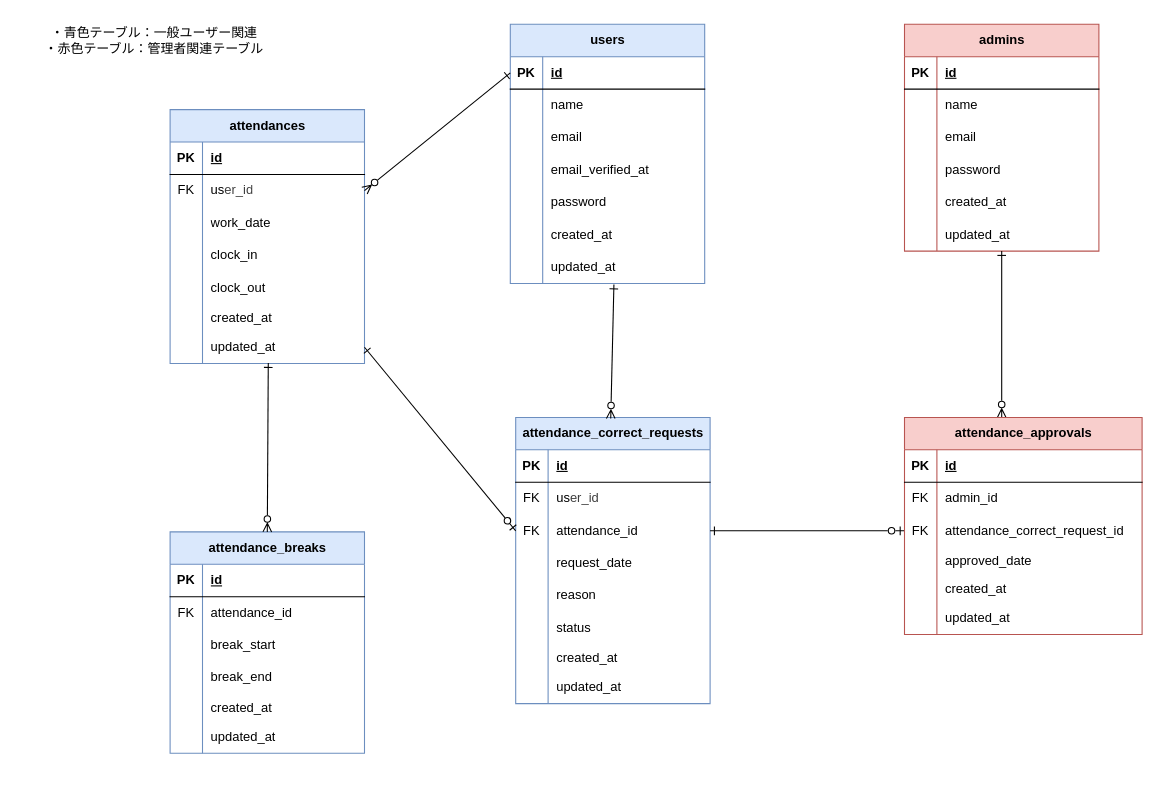
ai2525desu/attendance-management-app keeps this draw.io diagram as attendance-management-app.dio. Above is the earlier version. Source tidied: cells renumbered, new cells numbered last; positions are measured from the earlier drawing's top-left corner, leaving out a move shared by most shapes. Both pictures are drawn from the tidied source at 108%, with x=0, y=0 at pixel (29, 18).
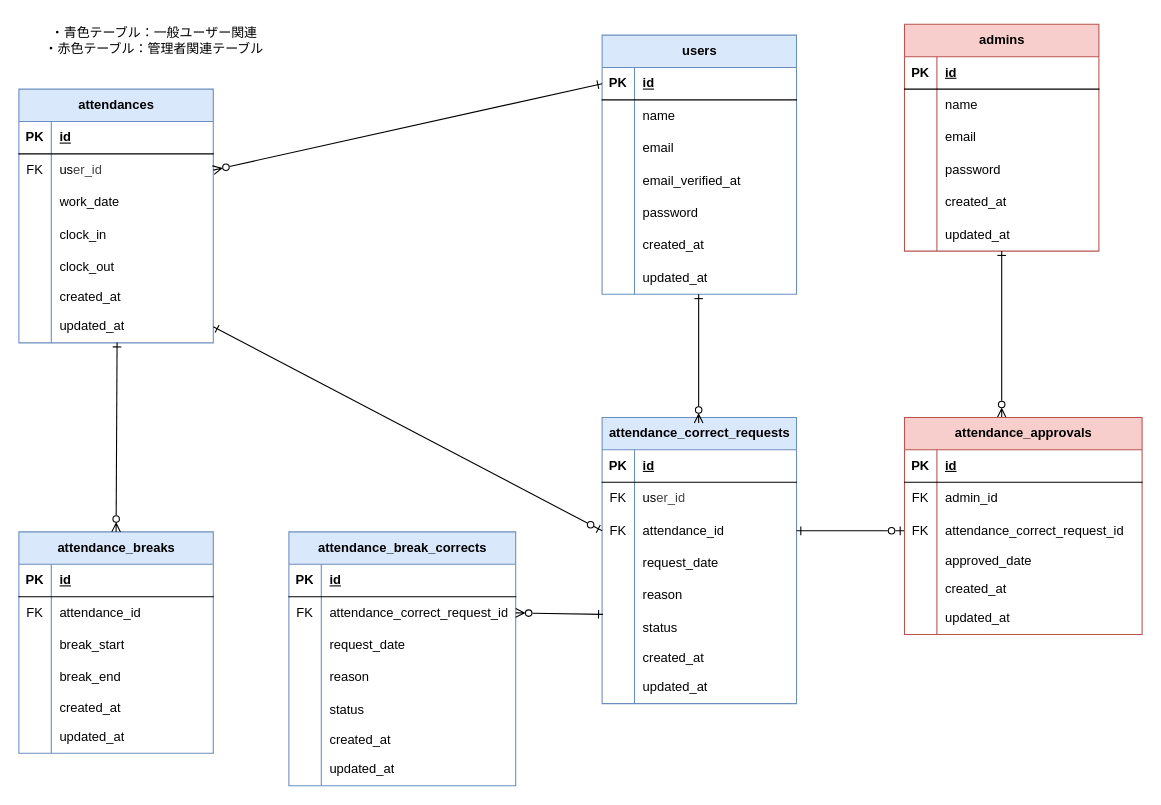
The same diagram, later.

Unchanged cells that the change refers to:
```xml
<mxCell id="40" style="shape=tableRow;horizontal=0;startSize=0;swimlaneHead=0;swimlaneBody=0;fillColor=none;points=[[0,0.5],[1,0.5]];portConstraint=eastwest;top=0;left=0;right=0;bottom=0;" parent="21" vertex="1">
  <mxGeometry y="210" width="180" height="30" as="geometry" />
</mxCell>
<mxCell id="97" style="shape=tableRow;horizontal=0;startSize=0;swimlaneHead=0;swimlaneBody=0;fillColor=none;points=[[0,0.5],[1,0.5]];portConstraint=eastwest;top=0;left=0;right=0;bottom=0;" parent="84" vertex="1">
  <mxGeometry y="150" width="180" height="30" as="geometry" />
</mxCell>
```

Change to the diagram source:
```diff
@@
     <mxCell id="21" value="users" style="shape=table;startSize=30;childLayout=tableLayout;rowLines=0;fontStyle=1;align=center;html=1;fillColor=#dae8fc;strokeColor=#6c8ebf;" parent="1" vertex="1">
-      <mxGeometry x="445" y="5" width="180" height="240" as="geometry" />
+      <mxGeometry x="530" y="15" width="180" height="240" as="geometry" />
     </mxCell>
@@
     <mxCell id="43" value="attendances" style="shape=table;startSize=30;childLayout=tableLayout;rowLines=0;fontStyle=1;align=center;html=1;fillColor=#dae8fc;strokeColor=#6c8ebf;" parent="1" vertex="1">
-      <mxGeometry x="130" y="84" width="180" height="235" as="geometry" />
+      <mxGeometry x="-10" y="65" width="180" height="235" as="geometry" />
     </mxCell>
@@
     <mxCell id="65" value="attendance_breaks" style="shape=table;startSize=30;childLayout=tableLayout;rowLines=0;fontStyle=1;align=center;html=1;fillColor=#dae8fc;strokeColor=#6c8ebf;" parent="1" vertex="1">
-      <mxGeometry x="130" y="475" width="180" height="205" as="geometry" />
+      <mxGeometry x="-10" y="475" width="180" height="205" as="geometry" />
     </mxCell>
@@
     <mxCell id="84" value="attendance_correct_requests" style="shape=table;startSize=30;childLayout=tableLayout;rowLines=0;fontStyle=1;align=center;html=1;fillColor=#dae8fc;strokeColor=#6c8ebf;" parent="1" vertex="1">
-      <mxGeometry x="450" y="369" width="180" height="265" as="geometry" />
+      <mxGeometry x="530" y="369" width="180" height="265" as="geometry" />
     </mxCell>
@@
-    <mxCell id="111" style="edgeStyle=none;html=1;exitX=0.5;exitY=0;exitDx=0;exitDy=0;endArrow=ERone;endFill=0;startArrow=ERzeroToMany;startFill=0;entryX=0.533;entryY=1.034;entryDx=0;entryDy=0;entryPerimeter=0;" parent="1" edge="1" target="40">
+    <mxCell id="111" style="edgeStyle=none;html=1;exitX=0.578;exitY=0.023;exitDx=0;exitDy=0;endArrow=ERone;endFill=0;startArrow=ERzeroToMany;startFill=0;exitPerimeter=0;" parent="1" edge="1">
       <mxGeometry relative="1" as="geometry">
-        <mxPoint x="538" y="370" as="sourcePoint" />
+        <mxPoint x="619.4" y="374.1" as="sourcePoint" />
+        <mxPoint x="619.4" y="255" as="targetPoint" />
       </mxGeometry>
     </mxCell>
@@
+    <mxCell id="135" value="attendance_break_corrects" style="shape=table;startSize=30;childLayout=tableLayout;rowLines=0;fontStyle=1;align=center;html=1;fillColor=#dae8fc;strokeColor=#6c8ebf;" parent="1" vertex="1">
+      <mxGeometry x="240" y="475" width="210" height="235" as="geometry" />
+    </mxCell>
+    <mxCell id="136" style="shape=tableRow;horizontal=0;startSize=0;swimlaneHead=0;swimlaneBody=0;fillColor=none;top=0;left=0;right=0;bottom=1;" parent="135" vertex="1">
+      <mxGeometry y="30" width="210" height="30" as="geometry" />
+    </mxCell>
+    <mxCell id="137" value="PK" style="shape=partialRectangle;fillColor=none;top=0;left=0;bottom=0;right=0;fontStyle=1;overflow=hidden;whiteSpace=wrap;html=1;" parent="136" vertex="1">
+      <mxGeometry width="30" height="30" as="geometry" />
+    </mxCell>
+    <mxCell id="138" value="id" style="shape=partialRectangle;fillColor=none;top=0;left=0;bottom=0;right=0;align=left;spacingLeft=6;fontStyle=5;overflow=hidden;whiteSpace=wrap;html=1;" parent="136" vertex="1">
+      <mxGeometry x="30" width="180" height="30" as="geometry" />
+    </mxCell>
+    <mxCell id="139" style="shape=tableRow;horizontal=0;startSize=0;swimlaneHead=0;swimlaneBody=0;fillColor=none;points=[[0,0.5],[1,0.5]];portConstraint=eastwest;top=0;left=0;right=0;bottom=0;" parent="135" vertex="1">
+      <mxGeometry y="60" width="210" height="30" as="geometry" />
+    </mxCell>
+    <mxCell id="140" value="FK" style="shape=partialRectangle;fillColor=none;top=0;left=0;bottom=0;right=0;overflow=hidden;whiteSpace=wrap;html=1;" parent="139" vertex="1">
+      <mxGeometry width="30" height="30" as="geometry" />
+    </mxCell>
+    <mxCell id="141" value="&lt;span style=&quot;scrollbar-color: rgb(226, 226, 226) rgb(251, 251, 251); text-wrap-mode: nowrap; text-align: center; color: rgb(0, 0, 0);&quot;&gt;attendance_correct_request&lt;/span&gt;&lt;span style=&quot;color: rgb(0, 0, 0);&quot;&gt;_id&lt;/span&gt;" style="shape=partialRectangle;fillColor=none;top=0;left=0;bottom=0;right=0;align=left;spacingLeft=6;overflow=hidden;whiteSpace=wrap;html=1;" parent="139" vertex="1">
+      <mxGeometry x="30" width="180" height="30" as="geometry" />
+    </mxCell>
+    <mxCell id="142" style="shape=tableRow;horizontal=0;startSize=0;swimlaneHead=0;swimlaneBody=0;fillColor=none;top=0;left=0;right=0;bottom=0;" parent="135" vertex="1">
+      <mxGeometry y="90" width="210" height="30" as="geometry" />
+    </mxCell>
+    <mxCell id="143" style="shape=partialRectangle;fillColor=none;top=0;left=0;bottom=0;right=0;overflow=hidden;whiteSpace=wrap;html=1;" parent="142" vertex="1">
+      <mxGeometry width="30" height="30" as="geometry" />
+    </mxCell>
+    <mxCell id="144" value="request_date" style="shape=partialRectangle;fillColor=none;top=0;left=0;bottom=0;right=0;align=left;spacingLeft=6;overflow=hidden;whiteSpace=wrap;html=1;" parent="142" vertex="1">
+      <mxGeometry x="30" width="180" height="30" as="geometry" />
+    </mxCell>
+    <mxCell id="145" style="shape=tableRow;horizontal=0;startSize=0;swimlaneHead=0;swimlaneBody=0;fillColor=none;top=0;left=0;right=0;bottom=0;" parent="135" vertex="1">
+      <mxGeometry y="120" width="210" height="30" as="geometry" />
+    </mxCell>
+    <mxCell id="146" style="shape=partialRectangle;fillColor=none;top=0;left=0;bottom=0;right=0;overflow=hidden;whiteSpace=wrap;html=1;" parent="145" vertex="1">
+      <mxGeometry width="30" height="30" as="geometry" />
+    </mxCell>
+    <mxCell id="147" value="reason" style="shape=partialRectangle;fillColor=none;top=0;left=0;bottom=0;right=0;align=left;spacingLeft=6;overflow=hidden;whiteSpace=wrap;html=1;" parent="145" vertex="1">
+      <mxGeometry x="30" width="180" height="30" as="geometry" />
+    </mxCell>
+    <mxCell id="148" style="shape=tableRow;horizontal=0;startSize=0;swimlaneHead=0;swimlaneBody=0;fillColor=none;top=0;left=0;right=0;bottom=0;" parent="135" vertex="1">
+      <mxGeometry y="150" width="210" height="30" as="geometry" />
+    </mxCell>
+    <mxCell id="149" style="shape=partialRectangle;fillColor=none;top=0;left=0;bottom=0;right=0;overflow=hidden;whiteSpace=wrap;html=1;" parent="148" vertex="1">
+      <mxGeometry width="30" height="30" as="geometry" />
+    </mxCell>
+    <mxCell id="150" value="status" style="shape=partialRectangle;fillColor=none;top=0;left=0;bottom=0;right=0;align=left;spacingLeft=6;overflow=hidden;whiteSpace=wrap;html=1;" parent="148" vertex="1">
+      <mxGeometry x="30" width="180" height="30" as="geometry" />
+    </mxCell>
+    <mxCell id="151" style="shape=tableRow;horizontal=0;startSize=0;swimlaneHead=0;swimlaneBody=0;fillColor=none;top=0;left=0;right=0;bottom=0;" parent="135" vertex="1">
+      <mxGeometry y="180" width="210" height="25" as="geometry" />
+    </mxCell>
+    <mxCell id="152" style="shape=partialRectangle;fillColor=none;top=0;left=0;bottom=0;right=0;overflow=hidden;whiteSpace=wrap;html=1;" parent="151" vertex="1">
+      <mxGeometry width="30" height="25" as="geometry" />
+    </mxCell>
+    <mxCell id="153" value="created_at" style="shape=partialRectangle;fillColor=none;top=0;left=0;bottom=0;right=0;align=left;spacingLeft=6;overflow=hidden;whiteSpace=wrap;html=1;" parent="151" vertex="1">
+      <mxGeometry x="30" width="180" height="25" as="geometry" />
+    </mxCell>
+    <mxCell id="154" style="shape=tableRow;horizontal=0;startSize=0;swimlaneHead=0;swimlaneBody=0;fillColor=none;top=0;left=0;right=0;bottom=0;" parent="135" vertex="1">
+      <mxGeometry y="205" width="210" height="30" as="geometry" />
+    </mxCell>
+    <mxCell id="155" style="shape=partialRectangle;fillColor=none;top=0;left=0;bottom=0;right=0;overflow=hidden;whiteSpace=wrap;html=1;" parent="154" vertex="1">
+      <mxGeometry width="30" height="30" as="geometry" />
+    </mxCell>
+    <mxCell id="156" value="updated_at" style="shape=partialRectangle;fillColor=none;top=0;left=0;bottom=0;right=0;align=left;spacingLeft=6;overflow=hidden;whiteSpace=wrap;html=1;" parent="154" vertex="1">
+      <mxGeometry x="30" width="180" height="30" as="geometry" />
+    </mxCell>
+    <mxCell id="157" style="edgeStyle=none;html=1;exitX=1;exitY=0.5;exitDx=0;exitDy=0;entryX=0.004;entryY=1.078;entryDx=0;entryDy=0;entryPerimeter=0;startArrow=ERzeroToMany;startFill=0;endArrow=ERone;endFill=0;" parent="1" edge="1" source="139" target="97">
+      <mxGeometry relative="1" as="geometry" />
+    </mxCell>
```
